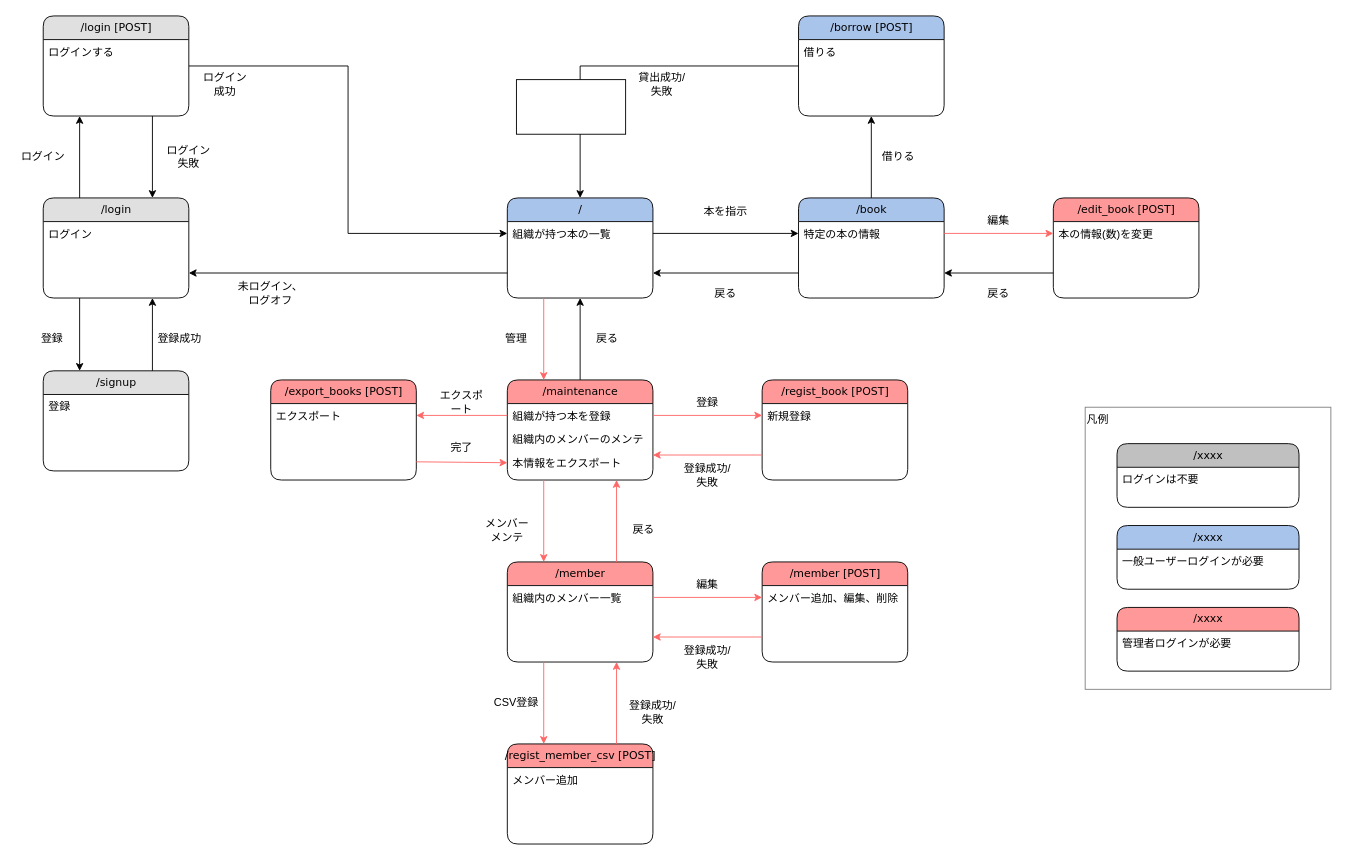
Earlier version of the draw.io diagram doc/screen_transition_diagram.drawio (yo16/bookshelf_2023). Source tidied: cells renumbered, new cells numbered last; positions are measured from the earlier drawing's top-left corner, leaving out a move shared by most shapes. Both pictures are drawn from the tidied source at 91%, with x=0, y=0 at pixel (15, 15).
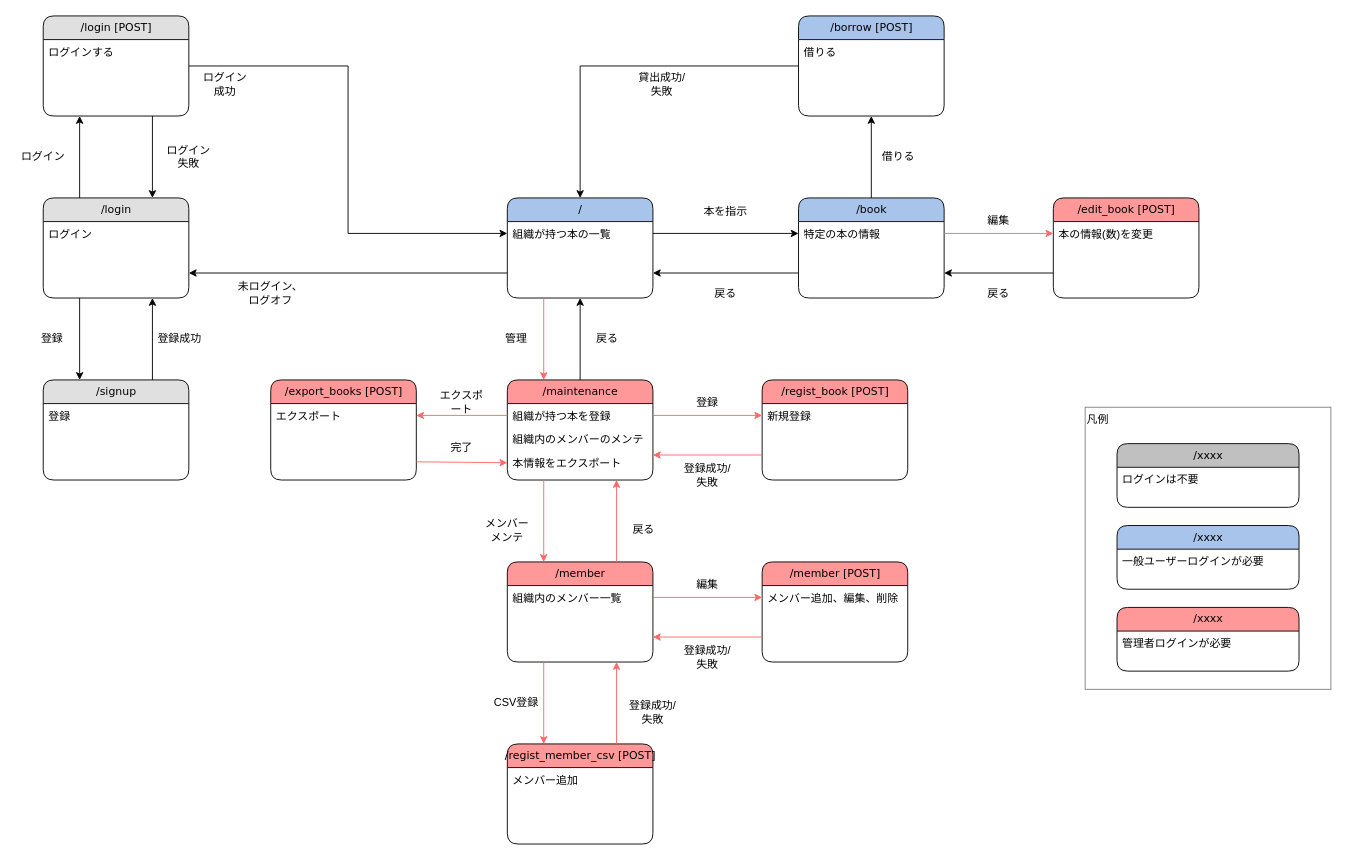
After the change.

Diff of the diagram source:
```diff
@@
     <mxCell id="9" value="/signup" style="swimlane;html=1;fontStyle=0;horizontal=1;startSize=26;fillColor=#E0E0E0;swimlaneFillColor=#ffffff;align=center;rounded=1;shadow=0;comic=0;labelBackgroundColor=none;strokeWidth=1;fontFamily=Verdana;fontSize=12;" parent="1" vertex="1">
-      <mxGeometry x="30" y="390" width="160" height="110" as="geometry" />
+      <mxGeometry x="30" y="400" width="160" height="110" as="geometry" />
     </mxCell>
@@
-    <mxCell id="85" style="rounded=0;whiteSpace=wrap;html=1;" parent="1" vertex="1">
-      <mxGeometry x="550" y="70" width="120" height="60" as="geometry" />
-    </mxCell>
```
